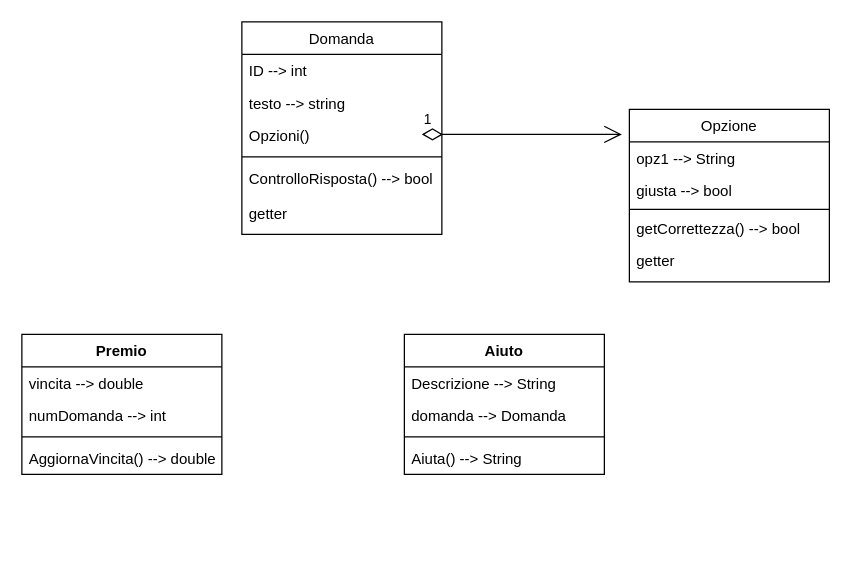
Before: Diagramma delle classi.drawio in FilloCaprari/Progetto-Info, a draw.io diagram. Source tidied: cells renumbered, new cells numbered last; positions are measured from the earlier drawing's top-left corner, leaving out a move shared by most shapes. Both pictures are drawn from the tidied source at 125%, with x=0, y=0 at pixel (21, 21).
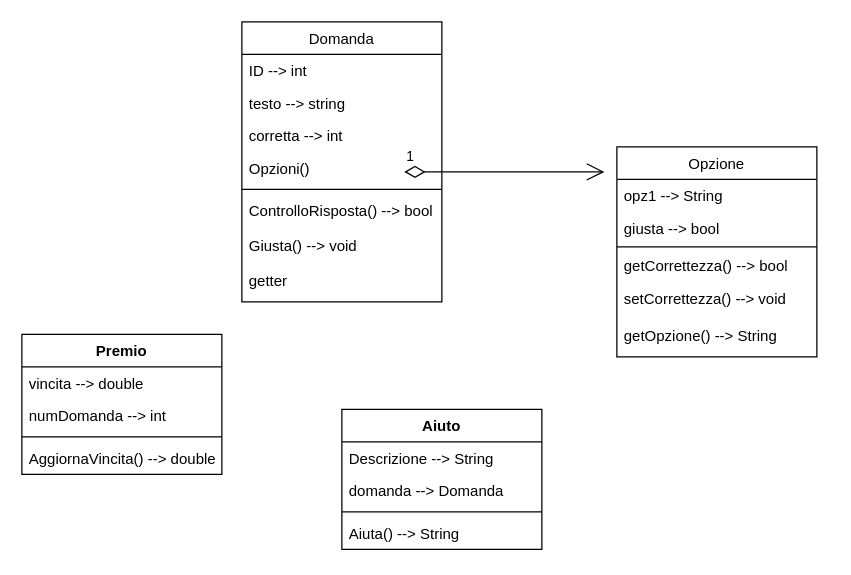
Above is the later version.

Change to the diagram source:
```diff
@@
     <mxCell id="2" value="Domanda" style="swimlane;fontStyle=0;align=center;verticalAlign=top;horizontal=1;startSize=26;rounded=0;shadow=0;strokeWidth=1;" parent="1" vertex="1">
-      <mxGeometry x="176" width="160" height="170" as="geometry" />
+      <mxGeometry x="176" width="160" height="224" as="geometry" />
     </mxCell>
@@
+    <mxCell id="26" value="corretta --&gt; int" style="text;align=left;verticalAlign=top;spacingLeft=4;spacingRight=4;overflow=hidden;rounded=0;shadow=0;html=0;" parent="2" vertex="1">
+      <mxGeometry y="78" width="160" height="26" as="geometry" />
+    </mxCell>
     <mxCell id="5" value="Opzioni()" style="text;align=left;verticalAlign=top;spacingLeft=4;spacingRight=4;overflow=hidden;rounded=0;shadow=0;html=0;" parent="2" vertex="1">
-      <mxGeometry y="78" width="160" height="26" as="geometry" />
+      <mxGeometry y="104" width="160" height="26" as="geometry" />
     </mxCell>
     <mxCell id="6" style="line;html=1;strokeWidth=1;align=left;verticalAlign=middle;spacingTop=-1;spacingLeft=3;spacingRight=3;labelPosition=right;" parent="2" vertex="1">
-      <mxGeometry y="104" width="160" height="8" as="geometry" />
+      <mxGeometry y="130" width="160" height="8" as="geometry" />
     </mxCell>
     <mxCell id="7" value="ControlloRisposta() --&gt; bool" style="text;align=left;verticalAlign=top;spacingLeft=4;spacingRight=4;overflow=hidden;" parent="2" vertex="1">
-      <mxGeometry y="112" width="160" height="28" as="geometry" />
+      <mxGeometry y="138" width="160" height="28" as="geometry" />
     </mxCell>
+    <mxCell id="27" value="Giusta() --&gt; void " style="text;align=left;verticalAlign=top;spacingLeft=4;spacingRight=4;overflow=hidden;" parent="2" vertex="1">
+      <mxGeometry y="166" width="160" height="28" as="geometry" />
+    </mxCell>
     <mxCell id="8" value="getter" style="text;align=left;verticalAlign=top;spacingLeft=4;spacingRight=4;overflow=hidden;" parent="2" vertex="1">
-      <mxGeometry y="140" width="160" height="30" as="geometry" />
+      <mxGeometry y="194" width="160" height="30" as="geometry" />
     </mxCell>
     <mxCell id="9" value="Opzione" style="swimlane;fontStyle=0;align=center;verticalAlign=top;horizontal=1;startSize=26;rounded=0;shadow=0;strokeWidth=1;" parent="1" vertex="1">
-      <mxGeometry x="486" y="70" width="160" height="138" as="geometry" />
+      <mxGeometry x="476" y="100" width="160" height="168" as="geometry" />
     </mxCell>
@@
+    <mxCell id="28" value="setCorrettezza() --&gt; void" style="text;align=left;verticalAlign=top;spacingLeft=4;spacingRight=4;overflow=hidden;" parent="9" vertex="1">
+      <mxGeometry y="108" width="160" height="30" as="geometry" />
+    </mxCell>
-    <mxCell id="14" value="getter" style="text;align=left;verticalAlign=top;spacingLeft=4;spacingRight=4;overflow=hidden;" parent="9" vertex="1">
-      <mxGeometry y="108" width="160" height="30" as="geometry" />
+    <mxCell id="14" value="getOpzione() --&gt; String" style="text;align=left;verticalAlign=top;spacingLeft=4;spacingRight=4;overflow=hidden;" parent="9" vertex="1">
+      <mxGeometry y="138" width="160" height="30" as="geometry" />
     </mxCell>
     <mxCell id="15" value="1" style="endArrow=open;html=1;endSize=12;startArrow=diamondThin;startSize=14;startFill=0;edgeStyle=orthogonalEdgeStyle;align=left;verticalAlign=bottom;rounded=0;" parent="1" edge="1">
       <mxGeometry x="-1" y="3" relative="1" as="geometry">
-        <mxPoint x="320" y="90" as="sourcePoint" />
-        <mxPoint x="480" y="90" as="targetPoint" />
+        <mxPoint x="306" y="120" as="sourcePoint" />
+        <mxPoint x="466" y="120" as="targetPoint" />
       </mxGeometry>
     </mxCell>
@@
     <mxCell id="21" value="Aiuto" style="swimlane;fontStyle=1;align=center;verticalAlign=top;horizontal=1;startSize=26;whiteSpace=wrap;html=1;" parent="1" vertex="1">
-      <mxGeometry x="306" y="250" width="160" height="112" as="geometry" />
+      <mxGeometry x="256" y="310" width="160" height="112" as="geometry" />
     </mxCell>
```
